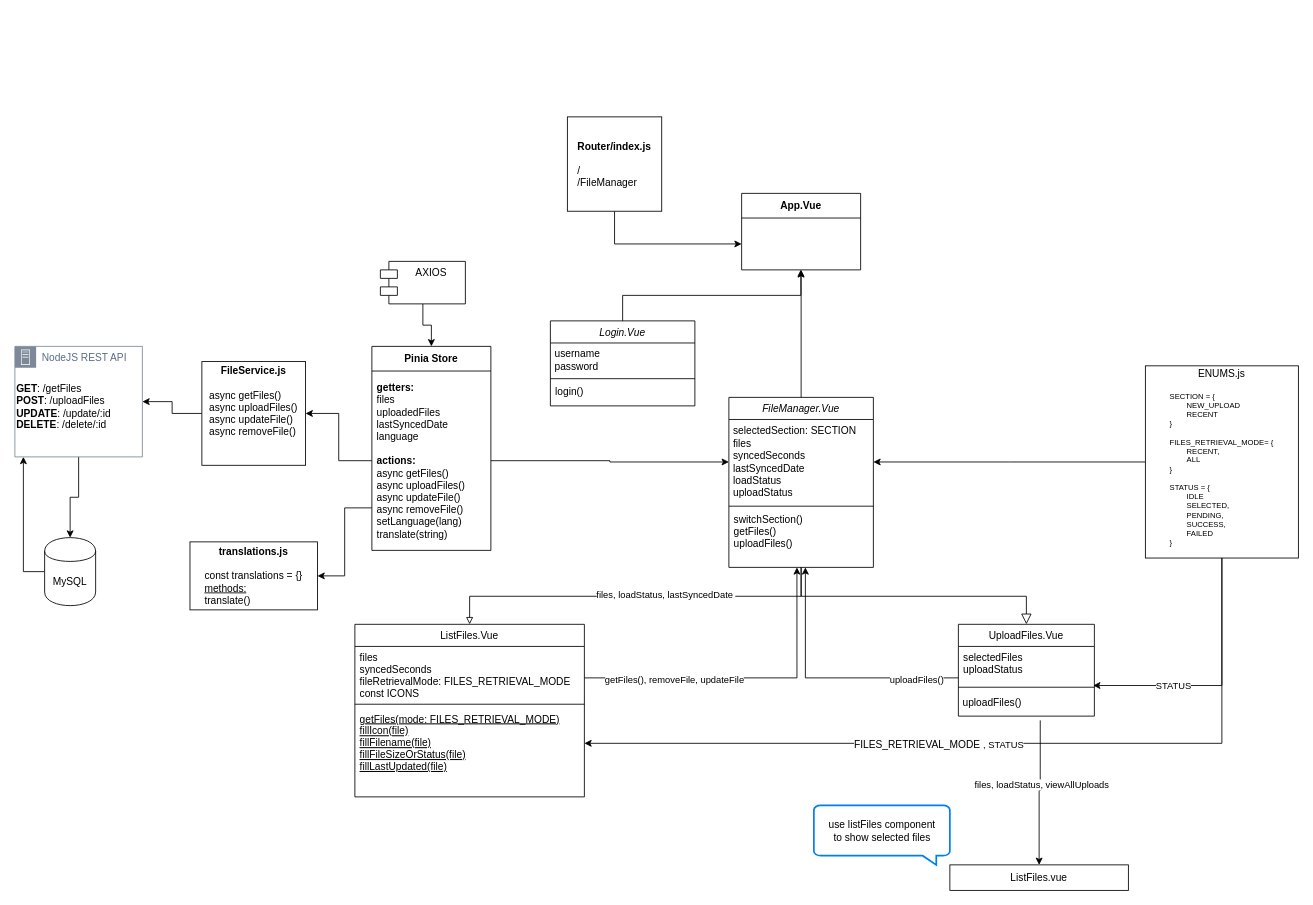
Above: Untitled Diagram.drawio in hishamfangs/frontend (draw.io), before the change. Source tidied: cells renumbered, new cells numbered last; positions are measured from the earlier drawing's top-left corner, leaving out a move shared by most shapes. Both pictures are drawn from the tidied source at 85%, with x=0, y=0 at pixel (14, 116).
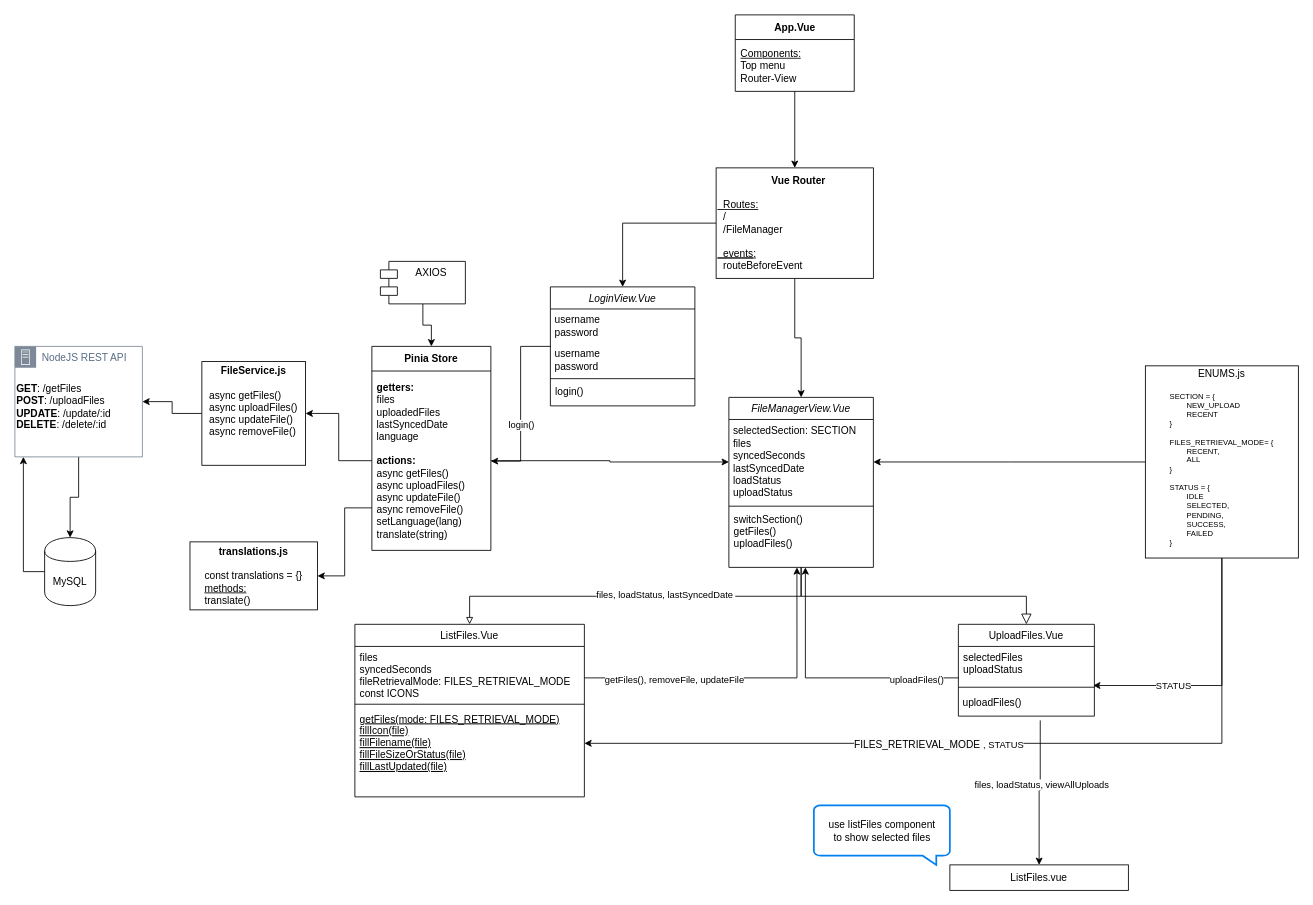
The same page after the edit.

The change refers to these unchanged cells:
```xml
<mxCell id="24" value="&lt;b&gt;getters:&lt;/b&gt;&lt;br&gt;files&lt;br&gt;uploadedFiles&lt;br&gt;lastSyncedDate&lt;br&gt;language&lt;br&gt;&lt;br&gt;&lt;b&gt;actions:&lt;/b&gt;&lt;br&gt;async getFiles()&lt;br&gt;&lt;span style=&quot;background-color: initial;&quot;&gt;async&amp;nbsp;uploadFiles()&lt;/span&gt;&lt;br&gt;async&amp;nbsp;updateFile()&lt;br&gt;async removeFile()&lt;div&gt;setLanguage(lang)&lt;br&gt;translate(string)&lt;/div&gt;" style="text;html=1;strokeColor=none;fillColor=none;align=left;verticalAlign=middle;spacingLeft=4;spacingRight=4;overflow=hidden;points=[[0,0.5],[1,0.5]];portConstraint=eastwest;whiteSpace=wrap;" parent="23" vertex="1">
  <mxGeometry y="29" width="140" height="211" as="geometry" />
</mxCell>
```

What changed in the source:
```diff
@@
-    <mxCell id="2" value="FileManager.Vue&#10;&#10;" style="swimlane;fontStyle=2;align=center;verticalAlign=top;horizontal=1;startSize=26;rounded=0;shadow=0;strokeWidth=1;" parent="1" vertex="1">
+    <mxCell id="2" value="FileManagerView.Vue&#10;&#10;" style="swimlane;fontStyle=2;align=center;verticalAlign=top;horizontal=1;startSize=26;rounded=0;shadow=0;strokeWidth=1;" parent="1" vertex="1">
       <mxGeometry x="840" y="330" width="170" height="200" as="geometry" />
     </mxCell>
@@
+    <mxCell id="57" style="edgeStyle=orthogonalEdgeStyle;rounded=0;jettySize=auto;html=1;entryX=0.5;entryY=0;entryDx=0;entryDy=0;" parent="1" edge="1" source="17" target="63">
+      <mxGeometry relative="1" as="geometry" />
+    </mxCell>
     <mxCell id="17" value="App.Vue" style="swimlane;fontStyle=1;align=center;verticalAlign=middle;horizontal=1;startSize=29;html=1;whiteSpace=wrap;" parent="1" vertex="1">
-      <mxGeometry x="855" y="90" width="140" height="90" as="geometry" />
+      <mxGeometry x="847.5" y="-120" width="140" height="90" as="geometry" />
     </mxCell>
-    <mxCell id="18" value="&lt;div&gt;&lt;br&gt;&lt;/div&gt;&lt;div&gt;&lt;br&gt;&lt;/div&gt;" style="text;html=1;strokeColor=none;fillColor=none;align=left;verticalAlign=middle;spacingLeft=4;spacingRight=4;overflow=hidden;points=[[0,0.5],[1,0.5]];portConstraint=eastwest;whiteSpace=wrap;" parent="17" vertex="1">
+    <mxCell id="18" value="&lt;u&gt;Components:&lt;br&gt;&lt;/u&gt;Top menu&lt;br&gt;Router-View" style="text;html=1;strokeColor=none;fillColor=none;align=left;verticalAlign=middle;spacingLeft=4;spacingRight=4;overflow=hidden;points=[[0,0.5],[1,0.5]];portConstraint=eastwest;whiteSpace=wrap;" parent="17" vertex="1">
       <mxGeometry y="29" width="140" height="61" as="geometry" />
     </mxCell>
-    <mxCell id="19" style="edgeStyle=orthogonalEdgeStyle;rounded=0;jettySize=auto;html=1;entryX=0.5;entryY=1.008;entryDx=0;entryDy=0;entryPerimeter=0;" parent="1" edge="1" source="2" target="18">
-      <mxGeometry relative="1" as="geometry" />
-    </mxCell>
@@
-    <mxCell id="50" style="edgeStyle=orthogonalEdgeStyle;rounded=0;jettySize=auto;html=1;entryX=0;entryY=0.5;entryDx=0;entryDy=0;" parent="1" edge="1" source="51" target="18">
-      <mxGeometry relative="1" as="geometry" />
-    </mxCell>
-    <mxCell id="51" value="&lt;b&gt;Router/index.js&lt;/b&gt;&lt;br&gt;&lt;div style=&quot;text-align: left;&quot;&gt;&lt;br&gt;&lt;/div&gt;&lt;div style=&quot;text-align: left;&quot;&gt;&lt;span style=&quot;background-color: initial;&quot;&gt;/&lt;/span&gt;&lt;/div&gt;&lt;div style=&quot;text-align: left;&quot;&gt;&lt;span style=&quot;background-color: initial;&quot;&gt;/FileManager&lt;/span&gt;&lt;/div&gt;" style="whiteSpace=wrap;html=1;" parent="1" vertex="1">
-      <mxGeometry x="650" width="111" height="111" as="geometry" />
-    </mxCell>
+    <mxCell id="58" style="edgeStyle=orthogonalEdgeStyle;rounded=0;jettySize=auto;html=1;" parent="1" edge="1" source="52" target="24">
+      <mxGeometry relative="1" as="geometry">
+        <Array as="points">
+          <mxPoint x="595" y="270" />
+          <mxPoint x="595" y="405" />
+        </Array>
+      </mxGeometry>
+    </mxCell>
+    <mxCell id="59" value="login()" style="edgeLabel;html=1;align=center;verticalAlign=middle;" parent="58" vertex="1">
+      <mxGeometry x="0.24" relative="1" as="geometry" />
+    </mxCell>
-    <mxCell id="52" value="Login.Vue&#10;&#10;" style="swimlane;fontStyle=2;align=center;verticalAlign=top;horizontal=1;startSize=26;rounded=0;shadow=0;strokeWidth=1;" parent="1" vertex="1">
-      <mxGeometry x="630" y="240" width="170" height="100" as="geometry" />
+    <mxCell id="52" value="LoginView.Vue&#10;&#10;" style="swimlane;fontStyle=2;align=center;verticalAlign=top;horizontal=1;startSize=26;rounded=0;shadow=0;strokeWidth=1;" parent="1" vertex="1">
+      <mxGeometry x="630" y="200" width="170" height="140" as="geometry" />
     </mxCell>
@@
+    <mxCell id="60" value="&amp;nbsp;username&lt;br&gt;&amp;nbsp;password" style="text;html=1;align=left;verticalAlign=middle;strokeColor=none;fillColor=none;" parent="52" vertex="1">
+      <mxGeometry y="66" width="170" height="40" as="geometry" />
+    </mxCell>
     <mxCell id="54" value="&lt;div&gt;&lt;br&gt;&lt;/div&gt;" style="line;html=1;strokeWidth=1;align=left;verticalAlign=middle;spacingTop=-1;spacingLeft=3;spacingRight=3;labelPosition=right;" parent="52" vertex="1">
-      <mxGeometry y="66" width="170" height="4" as="geometry" />
+      <mxGeometry y="106" width="170" height="4" as="geometry" />
     </mxCell>
     <mxCell id="55" value="login()" style="text;align=left;verticalAlign=top;spacingLeft=4;spacingRight=4;overflow=hidden;" parent="52" vertex="1">
-      <mxGeometry y="70" width="170" height="30" as="geometry" />
+      <mxGeometry y="110" width="170" height="30" as="geometry" />
     </mxCell>
-    <mxCell id="56" style="edgeStyle=orthogonalEdgeStyle;rounded=0;jettySize=auto;html=1;entryX=0.498;entryY=0.993;entryDx=0;entryDy=0;entryPerimeter=0;" parent="1" edge="1" source="52" target="18">
-      <mxGeometry relative="1" as="geometry" />
-    </mxCell>
+    <mxCell id="61" style="edgeStyle=orthogonalEdgeStyle;rounded=0;jettySize=auto;html=1;entryX=0.5;entryY=0;entryDx=0;entryDy=0;" parent="1" edge="1" source="63" target="2">
+      <mxGeometry relative="1" as="geometry" />
+    </mxCell>
+    <mxCell id="62" style="edgeStyle=orthogonalEdgeStyle;rounded=0;jettySize=auto;html=1;entryX=0.5;entryY=0;entryDx=0;entryDy=0;" parent="1" edge="1" source="63" target="52">
+      <mxGeometry relative="1" as="geometry" />
+    </mxCell>
+    <mxCell id="63" value="&lt;div style=&quot;text-align: center;&quot;&gt;&lt;b&gt;&amp;nbsp; &amp;nbsp; &amp;nbsp; &amp;nbsp; &amp;nbsp; &amp;nbsp; &amp;nbsp; &amp;nbsp; &amp;nbsp; &amp;nbsp;Vue Router&lt;/b&gt;&lt;/div&gt;&lt;div style=&quot;&quot;&gt;&lt;b&gt;&lt;br&gt;&lt;/b&gt;&lt;/div&gt;&lt;div style=&quot;&quot;&gt;&lt;div style=&quot;&quot;&gt;&lt;u style=&quot;background-color: initial;&quot;&gt;&amp;nbsp; Routes:&lt;/u&gt;&lt;/div&gt;&lt;span style=&quot;background-color: initial;&quot;&gt;&lt;div style=&quot;&quot;&gt;&lt;span style=&quot;background-color: initial;&quot;&gt;&amp;nbsp; /&lt;/span&gt;&lt;/div&gt;&lt;/span&gt;&lt;/div&gt;&lt;div style=&quot;&quot;&gt;&lt;div style=&quot;&quot;&gt;&lt;span style=&quot;background-color: initial;&quot;&gt;&amp;nbsp; /FileManager&lt;/span&gt;&lt;/div&gt;&lt;span style=&quot;background-color: initial;&quot;&gt;&lt;div style=&quot;&quot;&gt;&lt;br&gt;&lt;/div&gt;&lt;u&gt;&lt;div style=&quot;&quot;&gt;&lt;u style=&quot;background-color: initial;&quot;&gt;&amp;nbsp; events&lt;/u&gt;&lt;span style=&quot;background-color: initial;&quot;&gt;:&lt;/span&gt;&lt;/div&gt;&lt;/u&gt;&lt;div style=&quot;&quot;&gt;&lt;span style=&quot;background-color: initial;&quot;&gt;&amp;nbsp; routeBeforeEvent&lt;/span&gt;&lt;/div&gt;&lt;/span&gt;&lt;/div&gt;" style="rounded=0;whiteSpace=wrap;html=1;align=left;" parent="1" vertex="1">
+      <mxGeometry x="825" y="60" width="185" height="130" as="geometry" />
+    </mxCell>
```
